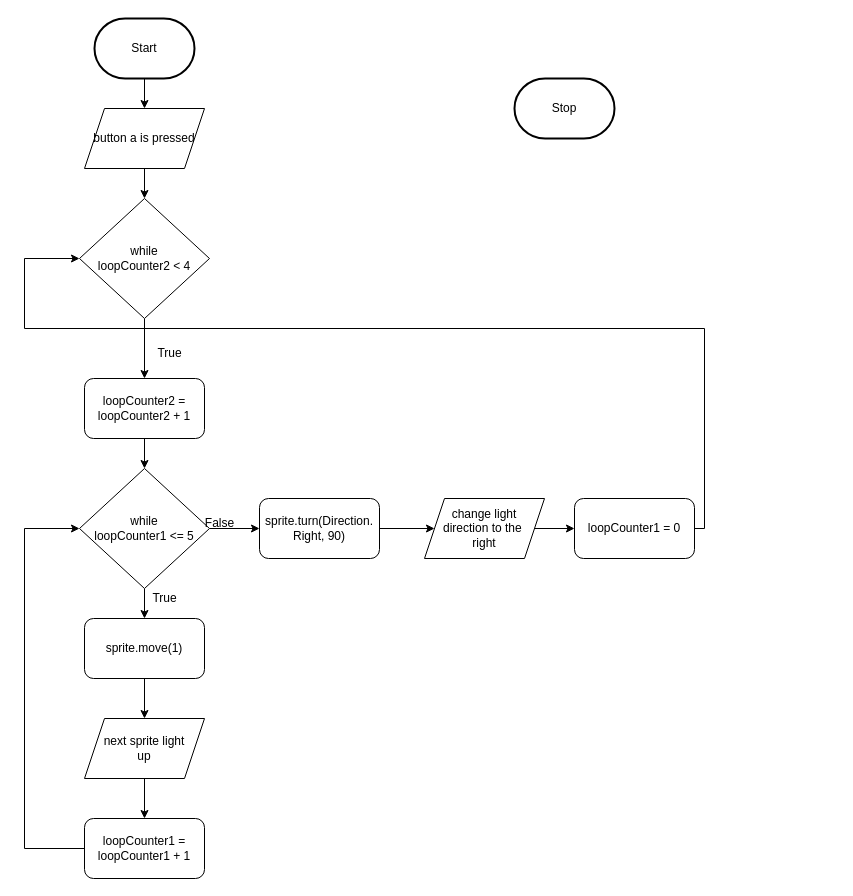
Before: design/flowchart.drawio in MTHS-TEJ2O-1-2024/TEJ2O-Unit-2-15B-ella-an2, a draw.io diagram. Source tidied: cells renumbered, new cells numbered last; positions are measured from the earlier drawing's top-left corner, leaving out a move shared by most shapes. Both pictures are drawn from the tidied source at 100%, with x=0, y=0 at pixel (24, 18).
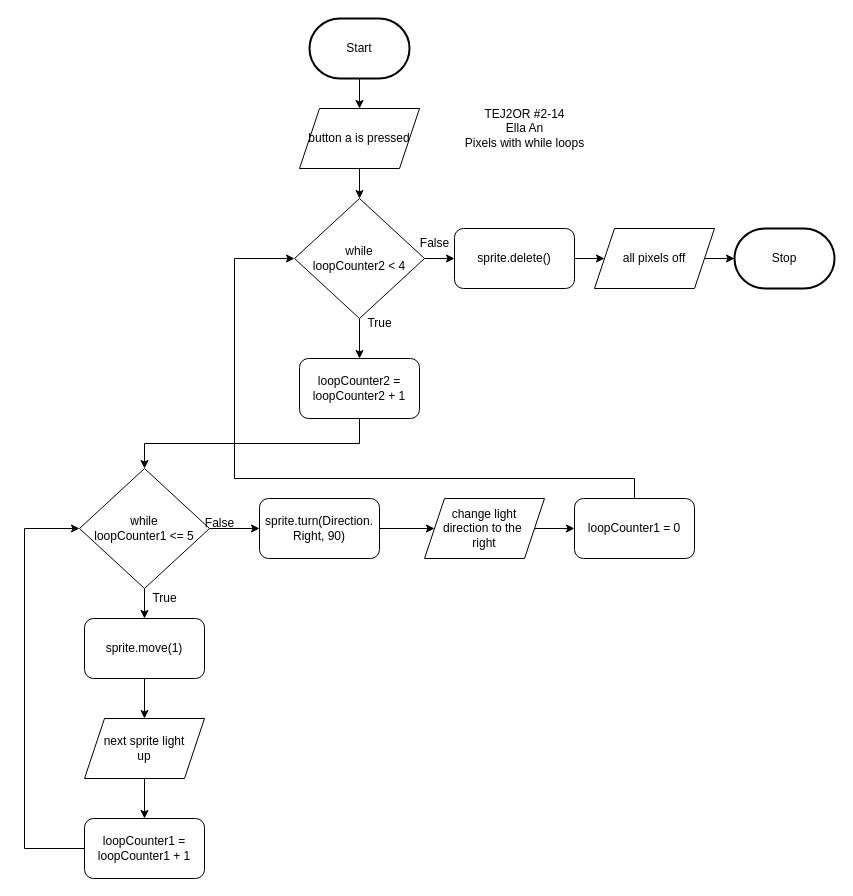
After the change.

The change refers to these unchanged cells:
```xml
<mxCell id="11" value="while&lt;br&gt;loopCounter1 &amp;lt;= 5" style="rhombus;whiteSpace=wrap;html=1;" parent="1" vertex="1">
  <mxGeometry x="55" y="450" width="130" height="120" as="geometry" />
</mxCell>
<mxCell id="23" value="loopCounter1 = 0" style="rounded=1;whiteSpace=wrap;html=1;" parent="1" vertex="1">
  <mxGeometry x="550" y="480" width="120" height="60" as="geometry" />
</mxCell>
```

Change to the diagram source:
```diff
@@
     <mxCell id="3" value="Start" style="strokeWidth=2;html=1;shape=mxgraph.flowchart.terminator;whiteSpace=wrap;" parent="1" vertex="1">
-      <mxGeometry x="70" width="100" height="60" as="geometry" />
+      <mxGeometry x="285" width="100" height="60" as="geometry" />
     </mxCell>
     <mxCell id="4" value="Stop" style="strokeWidth=2;html=1;shape=mxgraph.flowchart.terminator;whiteSpace=wrap;" parent="1" vertex="1">
-      <mxGeometry x="490" y="60" width="100" height="60" as="geometry" />
+      <mxGeometry x="710" y="210" width="100" height="60" as="geometry" />
     </mxCell>
@@
     <mxCell id="6" value="button a is pressed" style="shape=parallelogram;perimeter=parallelogramPerimeter;whiteSpace=wrap;html=1;fixedSize=1;" parent="1" vertex="1">
-      <mxGeometry x="60" y="90" width="120" height="60" as="geometry" />
+      <mxGeometry x="275" y="90" width="120" height="60" as="geometry" />
     </mxCell>
@@
+    <mxCell id="29" style="edgeStyle=none;html=1;" parent="1" edge="1" source="8" target="32">
+      <mxGeometry relative="1" as="geometry" />
+    </mxCell>
     <mxCell id="8" value="while&lt;br&gt;loopCounter2 &amp;lt; 4" style="rhombus;whiteSpace=wrap;html=1;" parent="1" vertex="1">
-      <mxGeometry x="55" y="180" width="130" height="120" as="geometry" />
+      <mxGeometry x="270" y="180" width="130" height="120" as="geometry" />
     </mxCell>
@@
-    <mxCell id="12" style="edgeStyle=none;html=1;" parent="1" edge="1" source="13" target="11">
-      <mxGeometry relative="1" as="geometry" />
-    </mxCell>
+    <mxCell id="22" style="edgeStyle=orthogonalEdgeStyle;html=1;exitX=0.5;exitY=1;exitDx=0;exitDy=0;entryX=0.5;entryY=0;entryDx=0;entryDy=0;rounded=0;" parent="1" edge="1" source="13" target="11">
+      <mxGeometry relative="1" as="geometry" />
+    </mxCell>
     <mxCell id="13" value="loopCounter2 = loopCounter2 + 1" style="rounded=1;whiteSpace=wrap;html=1;" parent="1" vertex="1">
-      <mxGeometry x="60" y="360" width="120" height="60" as="geometry" />
+      <mxGeometry x="275" y="340" width="120" height="60" as="geometry" />
     </mxCell>
@@
     <mxCell id="19" value="True" style="text;html=1;align=center;verticalAlign=middle;strokeColor=none;fillColor=none;" parent="1" vertex="1">
-      <mxGeometry x="120" y="320" width="50" height="30" as="geometry" />
+      <mxGeometry x="330" y="290" width="50" height="30" as="geometry" />
     </mxCell>
@@
-    <mxCell id="22" style="edgeStyle=orthogonalEdgeStyle;rounded=0;html=1;exitX=1;exitY=0.5;exitDx=0;exitDy=0;entryX=0;entryY=0.5;entryDx=0;entryDy=0;" parent="1" edge="1" source="23" target="8">
-      <mxGeometry relative="1" as="geometry">
-        <Array as="points">
-          <mxPoint x="680" y="510" />
-          <mxPoint x="680" y="310" />
-          <mxPoint y="310" />
-          <mxPoint y="240" />
-        </Array>
-      </mxGeometry>
-    </mxCell>
+    <mxCell id="30" style="edgeStyle=orthogonalEdgeStyle;shape=connector;rounded=0;html=1;exitX=0.5;exitY=0;exitDx=0;exitDy=0;entryX=0;entryY=0.5;entryDx=0;entryDy=0;labelBackgroundColor=default;strokeColor=default;fontFamily=Helvetica;fontSize=11;fontColor=default;endArrow=classic;" parent="1" edge="1" source="23" target="8">
+      <mxGeometry relative="1" as="geometry">
+        <Array as="points">
+          <mxPoint x="610" y="460" />
+          <mxPoint x="210" y="460" />
+          <mxPoint x="210" y="240" />
+        </Array>
+      </mxGeometry>
+    </mxCell>
@@
+    <mxCell id="31" style="edgeStyle=none;html=1;" parent="1" edge="1" source="32" target="34">
+      <mxGeometry relative="1" as="geometry" />
+    </mxCell>
+    <mxCell id="32" value="sprite.delete()" style="rounded=1;whiteSpace=wrap;html=1;" parent="1" vertex="1">
+      <mxGeometry x="430" y="210" width="120" height="60" as="geometry" />
+    </mxCell>
+    <mxCell id="33" style="edgeStyle=none;html=1;" parent="1" edge="1" source="34" target="4">
+      <mxGeometry relative="1" as="geometry" />
+    </mxCell>
+    <mxCell id="34" value="all pixels off" style="shape=parallelogram;perimeter=parallelogramPerimeter;whiteSpace=wrap;html=1;fixedSize=1;" parent="1" vertex="1">
+      <mxGeometry x="570" y="210" width="120" height="60" as="geometry" />
+    </mxCell>
+    <mxCell id="35" value="False" style="text;html=1;align=center;verticalAlign=middle;strokeColor=none;fillColor=none;" parent="1" vertex="1">
+      <mxGeometry x="385" y="210" width="50" height="30" as="geometry" />
+    </mxCell>
+    <mxCell id="36" value="TEJ2OR #2-14&lt;br&gt;Ella An&lt;br&gt;Pixels with while loops" style="text;html=1;align=center;verticalAlign=middle;strokeColor=none;fillColor=none;" parent="1" vertex="1">
+      <mxGeometry x="430" y="80" width="140" height="60" as="geometry" />
+    </mxCell>
```
